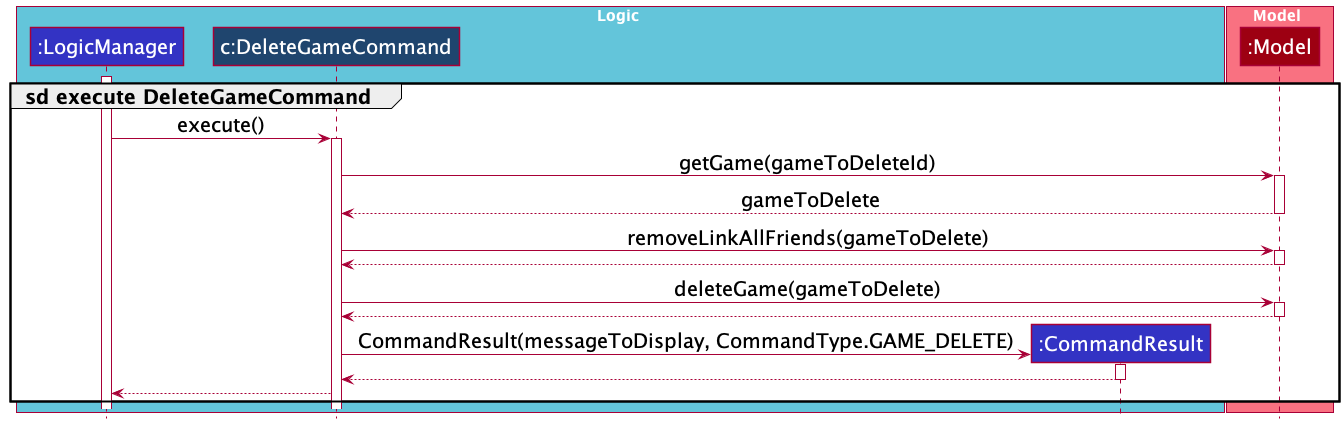
Above: docs/images/DeleteGameSequenceDiagram2.png in nus-cs2103-AY2122S1/tp (PlantUML), before the change.
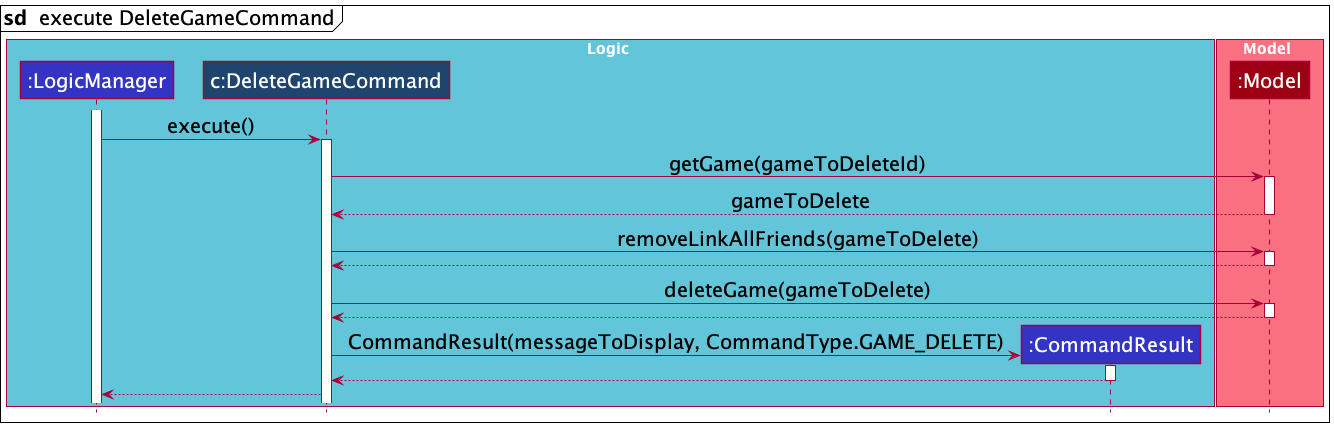
Above is the later version.

Commit message:
Update schedule and delete sequence diagrams, update UG with requested changes

The edit, as a diff of the source:
```diff
@@ -2,9 +2,9 @@
 !include style.puml
 skinparam defaultFontSize 20
 
+mainframe **sd**  execute DeleteGameCommand
+
 box Logic GAME_DELETE_BOX_COLOR
-
-group sd execute DeleteGameCommand
 participant ":LogicManager" as LogicManager LOGIC_COLOR
 participant "c:DeleteGameCommand" as DeleteGameCommand DELETE_GAME_COLOR
 participant ":CommandResult" as CommandResult LOGIC_COLOR
@@ -45,7 +45,4 @@
 deactivate CommandResult
 
 DeleteGameCommand --> LogicManager
-
-end
-
 @enduml
```
